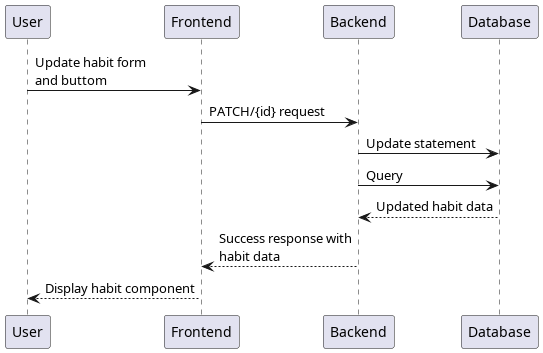
Above: docs/out/docs/Sequences/Update single habit.png in Toby-Rea/planner (PlantUML), before the change. Source of this version:
```plantuml
@startuml Update single habit
participant User as u
participant Frontend as fe
participant Backend as be
participant Database as db

u -> fe: Update habit form\nand buttom
fe -> be: PATCH/{id} request
be -> db: Update statement
be -> db: Query
be <-- db: Updated habit data
fe <-- be: Success response with\nhabit data
u <-- fe: Display habit component
@enduml
```
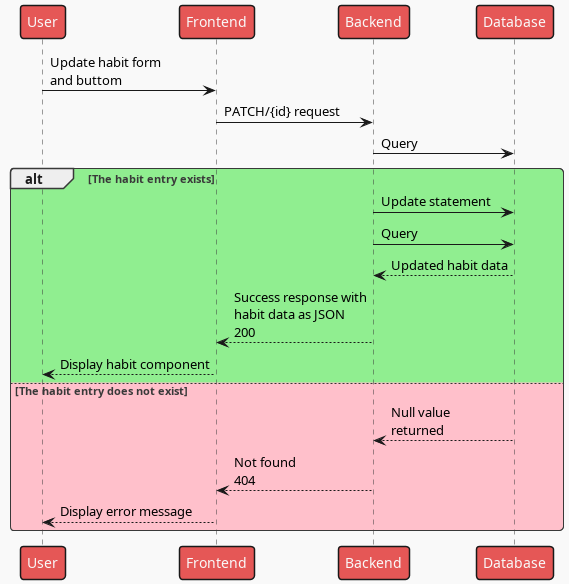
Above is the later version.

Change to the diagram source:
```diff
@@ -1,4 +1,5 @@
 @startuml Update single habit
+!theme mars
 participant User as u
 participant Frontend as fe
 participant Backend as be
@@ -6,9 +7,17 @@
 
 u -> fe: Update habit form\nand buttom
 fe -> be: PATCH/{id} request
-be -> db: Update statement
 be -> db: Query
-be <-- db: Updated habit data
-fe <-- be: Success response with\nhabit data
-u <-- fe: Display habit component
+
+alt #LightGreen The habit entry exists
+    be -> db: Update statement
+    be -> db: Query
+    be <-- db: Updated habit data
+    fe <-- be: Success response with\nhabit data as JSON\n200
+    u <-- fe: Display habit component
+else #Pink The habit entry does not exist
+    be <-- db: Null value\nreturned
+    fe <-- be: Not found\n404
+    u <-- fe: Display error message
+end
 @enduml
```
